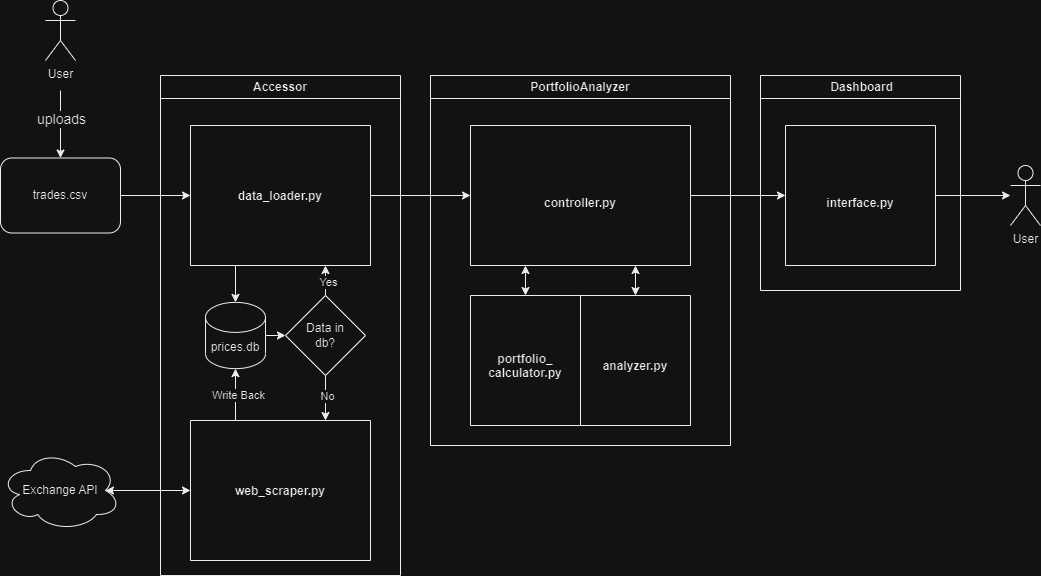
Before: imgs/StockPortfolioAnalyzer.drawio.png, a diagram exported from draw.io (Erik-Kelemen/Stock-Portfolio-Analyzer). Source tidied: cells renumbered, new cells last; positions are measured from the earlier drawing's top-left corner, leaving out a move shared by most shapes. Source of this version:
```xml
<mxGraphModel>
  <root>
    <mxCell id="0" />
    <mxCell id="1" parent="0" />
    <mxCell id="2" value="PortfolioAnalyzer" style="swimlane;whiteSpace=wrap;html=1;startSize=23;" parent="1" vertex="1">
      <mxGeometry x="430" y="75" width="300" height="370" as="geometry" />
    </mxCell>
    <mxCell id="3" value="&#10;&#10;&#10;&#10;&#10;&#10;&#10;&#10;&#10;&#10;&#10;controller.py" style="swimlane;startSize=0;" parent="2" vertex="1">
      <mxGeometry x="40" y="50" width="220" height="140" as="geometry" />
    </mxCell>
    <mxCell id="4" value="&#10;&#10;&#10;&#10;&#10;&#10;&#10;&#10;&#10;&#10;analyzer.py" style="swimlane;startSize=0;" parent="2" vertex="1">
      <mxGeometry x="150" y="220" width="110" height="130" as="geometry" />
    </mxCell>
    <mxCell id="5" value="&#10;&#10;&#10;&#10;&#10;&#10;&#10;&#10;&#10;&#10;portfolio_&#10;calculator.py" style="swimlane;startSize=0;" parent="2" vertex="1">
      <mxGeometry x="40" y="220" width="110" height="130" as="geometry" />
    </mxCell>
    <mxCell id="6" style="endArrow=classic;startArrow=classic;html=1;rounded=0;entryX=0.25;entryY=1;entryDx=0;entryDy=0;exitX=0.5;exitY=0;exitDx=0;exitDy=0;" parent="2" edge="1" source="5" target="3">
      <mxGeometry relative="1" as="geometry" />
    </mxCell>
    <mxCell id="7" style="endArrow=classic;startArrow=classic;html=1;rounded=0;exitX=0.75;exitY=1;exitDx=0;exitDy=0;entryX=0.5;entryY=0;entryDx=0;entryDy=0;" parent="2" edge="1" source="3" target="4">
      <mxGeometry relative="1" as="geometry" />
    </mxCell>
    <mxCell id="8" style="endArrow=classic;html=1;rounded=0;exitX=1;exitY=0.5;exitDx=0;exitDy=0;entryX=0;entryY=0.5;entryDx=0;entryDy=0;" parent="1" edge="1" source="13" target="3">
      <mxGeometry relative="1" as="geometry" />
    </mxCell>
    <mxCell id="9" value="User&lt;br&gt;" style="shape=umlActor;verticalLabelPosition=bottom;verticalAlign=top;html=1;outlineConnect=0;" parent="1" vertex="1">
      <mxGeometry x="1010" y="165" width="30" height="60" as="geometry" />
    </mxCell>
    <mxCell id="10" style="endArrow=classic;html=1;rounded=0;exitX=1;exitY=0.5;exitDx=0;exitDy=0;" parent="1" edge="1" source="32" target="9">
      <mxGeometry relative="1" as="geometry" />
    </mxCell>
    <mxCell id="11" value="Accessor" style="swimlane;whiteSpace=wrap;html=1;" parent="1" vertex="1">
      <mxGeometry x="160" y="75" width="240" height="500" as="geometry" />
    </mxCell>
    <mxCell id="12" value="&#10;&#10;&#10;&#10;&#10;&#10;&#10;&#10;&#10;&#10;web_scraper.py" style="swimlane;startSize=0;" parent="11" vertex="1">
      <mxGeometry x="30" y="345" width="180" height="140" as="geometry" />
    </mxCell>
    <mxCell id="13" value="&#10;&#10;&#10;&#10;&#10;&#10;&#10;&#10;&#10;&#10;data_loader.py" style="swimlane;startSize=0;" parent="11" vertex="1">
      <mxGeometry x="30" y="50" width="180" height="140" as="geometry" />
    </mxCell>
    <mxCell id="14" value="prices.db" style="shape=cylinder3;whiteSpace=wrap;html=1;boundedLbl=1;backgroundOutline=1;size=15;" parent="11" vertex="1">
      <mxGeometry x="45" y="226.9" width="60" height="66.2" as="geometry" />
    </mxCell>
    <mxCell id="15" value="Data in &lt;br&gt;db?" style="rhombus;whiteSpace=wrap;html=1;" parent="11" vertex="1">
      <mxGeometry x="125" y="220" width="80" height="80" as="geometry" />
    </mxCell>
    <mxCell id="16" style="endArrow=classic;html=1;rounded=0;entryX=0.5;entryY=0;entryDx=0;entryDy=0;entryPerimeter=0;exitX=0.25;exitY=1;exitDx=0;exitDy=0;" parent="11" edge="1" source="13" target="14">
      <mxGeometry relative="1" as="geometry" />
    </mxCell>
    <mxCell id="17" style="endArrow=classic;html=1;rounded=0;exitX=1;exitY=0.5;exitDx=0;exitDy=0;exitPerimeter=0;entryX=0;entryY=0.5;entryDx=0;entryDy=0;" parent="11" edge="1" source="14" target="15">
      <mxGeometry relative="1" as="geometry" />
    </mxCell>
    <mxCell id="18" style="endArrow=classic;html=1;rounded=0;exitX=0.5;exitY=0;exitDx=0;exitDy=0;entryX=0.75;entryY=1;entryDx=0;entryDy=0;" parent="11" edge="1" source="15" target="13">
      <mxGeometry relative="1" as="geometry" />
    </mxCell>
    <mxCell id="19" value="Yes" style="edgeLabel;html=1;align=center;verticalAlign=middle;" parent="18" vertex="1">
      <mxGeometry x="-0.04" y="-2" relative="1" as="geometry" />
    </mxCell>
    <mxCell id="20" style="endArrow=classic;html=1;rounded=0;exitX=0.5;exitY=1;exitDx=0;exitDy=0;entryX=0.75;entryY=0;entryDx=0;entryDy=0;" parent="11" edge="1" source="15" target="12">
      <mxGeometry relative="1" as="geometry" />
    </mxCell>
    <mxCell id="21" value="No" style="edgeLabel;html=1;align=center;verticalAlign=middle;" parent="20" vertex="1">
      <mxGeometry x="-0.13" y="1" relative="1" as="geometry" />
    </mxCell>
    <mxCell id="22" style="endArrow=classic;html=1;rounded=0;entryX=0.5;entryY=1;entryDx=0;entryDy=0;entryPerimeter=0;exitX=0.25;exitY=0;exitDx=0;exitDy=0;" parent="11" edge="1" source="12" target="14">
      <mxGeometry relative="1" as="geometry" />
    </mxCell>
    <mxCell id="23" value="Write Back" style="edgeLabel;html=1;align=center;verticalAlign=middle;" parent="22" vertex="1">
      <mxGeometry y="-2" relative="1" as="geometry" />
    </mxCell>
    <mxCell id="24" value="User&lt;br&gt;" style="shape=umlActor;verticalLabelPosition=bottom;verticalAlign=top;html=1;" parent="1" vertex="1">
      <mxGeometry x="45" width="30" height="60" as="geometry" />
    </mxCell>
    <mxCell id="25" value="trades.csv" style="rounded=1;whiteSpace=wrap;html=1;" parent="1" vertex="1">
      <mxGeometry y="157.5" width="120" height="75" as="geometry" />
    </mxCell>
    <mxCell id="26" style="endArrow=classic;html=1;rounded=0;entryX=0.5;entryY=0;entryDx=0;entryDy=0;" parent="1" edge="1" target="25">
      <mxGeometry relative="1" as="geometry">
        <mxPoint x="60" y="90" as="sourcePoint" />
      </mxGeometry>
    </mxCell>
    <mxCell id="27" value="&lt;font style=&quot;font-size: 14px;&quot;&gt;uploads&lt;/font&gt;" style="edgeLabel;html=1;align=center;verticalAlign=middle;" parent="26" vertex="1">
      <mxGeometry x="-0.01" y="2" relative="1" as="geometry">
        <mxPoint x="-2" y="-5" as="offset" />
      </mxGeometry>
    </mxCell>
    <mxCell id="28" style="endArrow=classic;html=1;rounded=0;exitX=1;exitY=0.5;exitDx=0;exitDy=0;entryX=0;entryY=0.5;entryDx=0;entryDy=0;" parent="1" edge="1" source="25" target="13">
      <mxGeometry relative="1" as="geometry" />
    </mxCell>
    <mxCell id="29" style="endArrow=classic;startArrow=classic;html=1;rounded=0;exitX=0;exitY=0.5;exitDx=0;exitDy=0;entryX=0.875;entryY=0.5;entryDx=0;entryDy=0;entryPerimeter=0;" parent="1" edge="1" source="12" target="30">
      <mxGeometry relative="1" as="geometry" />
    </mxCell>
    <mxCell id="30" value="Exchange API" style="ellipse;shape=cloud;whiteSpace=wrap;html=1;" parent="1" vertex="1">
      <mxGeometry y="450" width="120" height="80" as="geometry" />
    </mxCell>
    <mxCell id="31" value="&amp;nbsp;Dashboard" style="swimlane;whiteSpace=wrap;html=1;" parent="1" vertex="1">
      <mxGeometry x="760" y="75" width="200" height="215" as="geometry" />
    </mxCell>
    <mxCell id="32" value="&#10;&#10;&#10;&#10;&#10;&#10;&#10;&#10;&#10;&#10;&#10;interface.py" style="swimlane;startSize=0;" parent="31" vertex="1">
      <mxGeometry x="25" y="50" width="150" height="140" as="geometry" />
    </mxCell>
    <mxCell id="33" style="endArrow=classic;html=1;rounded=0;exitX=1;exitY=0.5;exitDx=0;exitDy=0;" parent="1" edge="1" source="3" target="32">
      <mxGeometry relative="1" as="geometry" />
    </mxCell>
  </root>
</mxGraphModel>
```
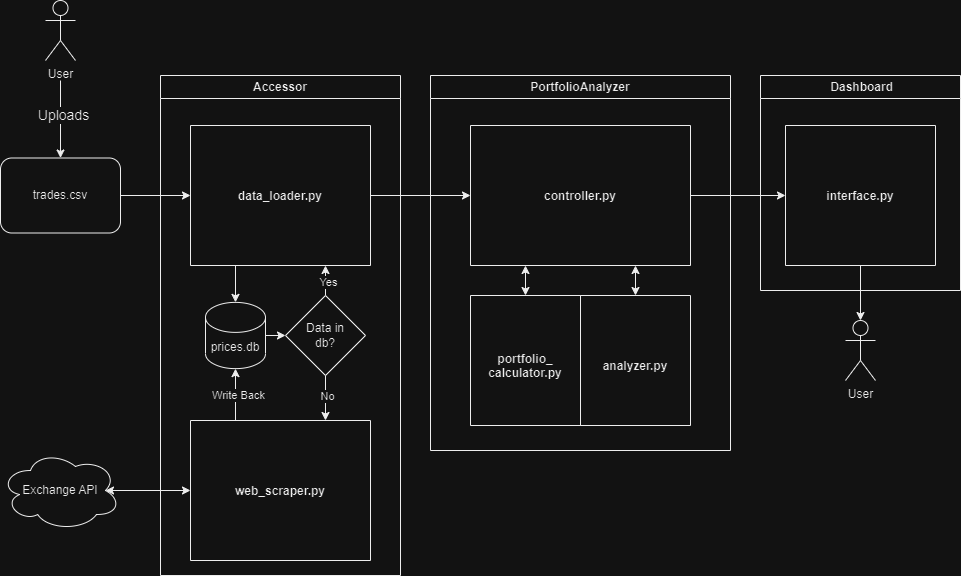
The same diagram one commit later.

Change to the diagram source:
```diff
@@ -3,9 +3,9 @@
     <mxCell id="0" />
     <mxCell id="1" parent="0" />
     <mxCell id="2" value="PortfolioAnalyzer" style="swimlane;whiteSpace=wrap;html=1;startSize=23;" parent="1" vertex="1">
-      <mxGeometry x="430" y="75" width="300" height="370" as="geometry" />
+      <mxGeometry x="430" y="75" width="300" height="375" as="geometry" />
     </mxCell>
-    <mxCell id="3" value="&#10;&#10;&#10;&#10;&#10;&#10;&#10;&#10;&#10;&#10;&#10;controller.py" style="swimlane;startSize=0;" parent="2" vertex="1">
+    <mxCell id="3" value="&#10;&#10;&#10;&#10;&#10;&#10;&#10;&#10;&#10;&#10;controller.py" style="swimlane;startSize=0;" parent="2" vertex="1">
       <mxGeometry x="40" y="50" width="220" height="140" as="geometry" />
     </mxCell>
     <mxCell id="4" value="&#10;&#10;&#10;&#10;&#10;&#10;&#10;&#10;&#10;&#10;analyzer.py" style="swimlane;startSize=0;" parent="2" vertex="1">
@@ -24,9 +24,9 @@
       <mxGeometry relative="1" as="geometry" />
     </mxCell>
     <mxCell id="9" value="User&lt;br&gt;" style="shape=umlActor;verticalLabelPosition=bottom;verticalAlign=top;html=1;outlineConnect=0;" parent="1" vertex="1">
-      <mxGeometry x="1010" y="165" width="30" height="60" as="geometry" />
+      <mxGeometry x="845" y="320" width="30" height="60" as="geometry" />
     </mxCell>
-    <mxCell id="10" style="endArrow=classic;html=1;rounded=0;exitX=1;exitY=0.5;exitDx=0;exitDy=0;" parent="1" edge="1" source="32" target="9">
+    <mxCell id="10" style="endArrow=classic;html=1;rounded=0;exitX=0.5;exitY=1;exitDx=0;exitDy=0;" parent="1" edge="1" source="32" target="9">
       <mxGeometry relative="1" as="geometry" />
     </mxCell>
     <mxCell id="11" value="Accessor" style="swimlane;whiteSpace=wrap;html=1;" parent="1" vertex="1">
@@ -74,16 +74,16 @@
     <mxCell id="25" value="trades.csv" style="rounded=1;whiteSpace=wrap;html=1;" parent="1" vertex="1">
       <mxGeometry y="157.5" width="120" height="75" as="geometry" />
     </mxCell>
-    <mxCell id="26" style="endArrow=classic;html=1;rounded=0;entryX=0.5;entryY=0;entryDx=0;entryDy=0;" parent="1" edge="1" target="25">
+    <mxCell id="26" style="endArrow=classic;html=1;rounded=0;" parent="1" edge="1" target="25">
       <mxGeometry relative="1" as="geometry">
-        <mxPoint x="60" y="90" as="sourcePoint" />
+        <mxPoint x="60" y="80" as="sourcePoint" />
       </mxGeometry>
     </mxCell>
-    <mxCell id="27" value="&lt;font style=&quot;font-size: 14px;&quot;&gt;uploads&lt;/font&gt;" style="edgeLabel;html=1;align=center;verticalAlign=middle;" parent="26" vertex="1">
-      <mxGeometry x="-0.01" y="2" relative="1" as="geometry">
-        <mxPoint x="-2" y="-5" as="offset" />
-      </mxGeometry>
-    </mxCell>
+    <mxCell id="34" value="Uploads" style="edgeLabel;html=1;align=center;verticalAlign=middle;fontSize=14;" parent="26" vertex="1">
+      <mxGeometry x="-0.13" relative="1" as="geometry">
+        <mxPoint x="2" as="offset" />
+      </mxGeometry>
+    </mxCell>
     <mxCell id="28" style="endArrow=classic;html=1;rounded=0;exitX=1;exitY=0.5;exitDx=0;exitDy=0;entryX=0;entryY=0.5;entryDx=0;entryDy=0;" parent="1" edge="1" source="25" target="13">
       <mxGeometry relative="1" as="geometry" />
     </mxCell>
@@ -96,7 +96,7 @@
     <mxCell id="31" value="&amp;nbsp;Dashboard" style="swimlane;whiteSpace=wrap;html=1;" parent="1" vertex="1">
       <mxGeometry x="760" y="75" width="200" height="215" as="geometry" />
     </mxCell>
-    <mxCell id="32" value="&#10;&#10;&#10;&#10;&#10;&#10;&#10;&#10;&#10;&#10;&#10;interface.py" style="swimlane;startSize=0;" parent="31" vertex="1">
+    <mxCell id="32" value="&#10;&#10;&#10;&#10;&#10;&#10;&#10;&#10;&#10;&#10;interface.py" style="swimlane;startSize=0;" parent="31" vertex="1">
       <mxGeometry x="25" y="50" width="150" height="140" as="geometry" />
     </mxCell>
     <mxCell id="33" style="endArrow=classic;html=1;rounded=0;exitX=1;exitY=0.5;exitDx=0;exitDy=0;" parent="1" edge="1" source="3" target="32">
```
